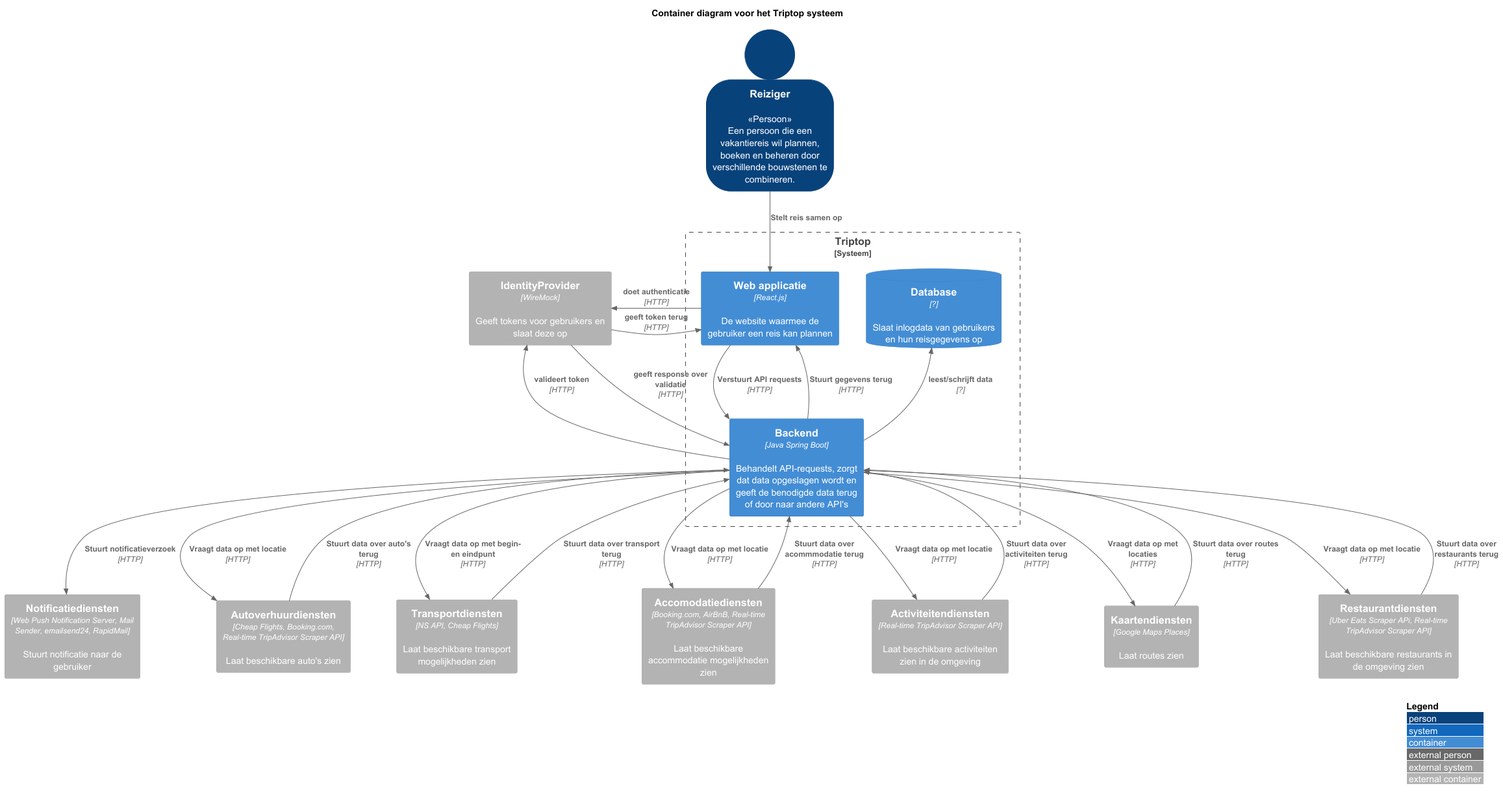
Earlier version of the PlantUML export opdracht-diagrammen/Static container diagram.png (AIM-ENE-feb25/triptop-groep-1-met-third-wheel).
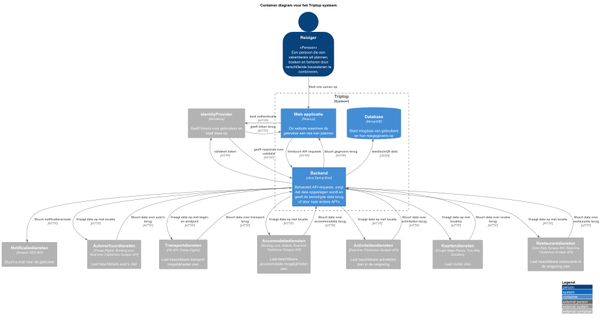
The same diagram one commit later.

Change to the diagram source:
```diff
@@ -8,7 +8,7 @@
 Person(traveler, "Reiziger", "<<Persoon>>\nEen persoon die een vakantiereis wil plannen, boeken en beheren door verschillende bouwstenen te combineren.")
 
 Boundary(system, "Triptop", "Systeem") {
-    ContainerDb(db, "Database", "?", "Slaat inlogdata van gebruikers en hun reisgegevens op")
+    ContainerDb(db, "Database", "MongoDB", "Slaat inlogdata van gebruikers en hun reisgegevens op")
     Container(frontend, "Web applicatie", "React.js", "De website waarmee de gebruiker een reis kan plannen")
     Container(backend, "Backend", "Java Spring Boot", "Behandelt API-requests, zorgt dat data opgeslagen wordt en geeft de benodigde data terug of door naar andere API's")
 }
@@ -16,14 +16,14 @@
 Rel_D(traveler, frontend, "Stelt reis samen op")
 Rel_D(frontend, backend, "Verstuurt API requests", "HTTP")
 Rel_U(backend, frontend, "Stuurt gegevens terug", "HTTP")
-Rel_U(backend, db, "leest/schrijft data", "?")
+Rel_U(backend, db, "leest/schrijft data", "JSON")
 
-Container_Ext(notification, "Notificatiediensten", "Web Push Notification Server, Mail Sender, emailsend24, RapidMail", "Stuurt notificatie naar de gebruiker")
+Container_Ext(notification, "Notificatiediensten", "Amazon SES API", "Stuurt e-mail naar de gebruiker")
 Container_Ext(autoverhuur, "Autoverhuurdiensten", "Cheap Flights, Booking.com, Real-time TripAdvisor Scraper API", "Laat beschikbare auto's zien")
 Container_Ext(transport, "Transportdiensten", "NS API, Cheap Flights", "Laat beschikbare transport mogelijkheden zien")
 Container_Ext(accommodatie, "Accomodatiediensten", "Booking.com, AirBnB, Real-time TripAdvisor Scraper API", "Laat beschikbare accommodatie mogelijkheden zien")
 Container_Ext(activiteiten, "Activiteitendiensten", "Real-time TripAdvisor Scraper API", "Laat beschikbare activiteiten zien in de omgeving")
-Container_Ext(kaarten, "Kaartendiensten", "Google Maps Places", "Laat routes zien")
+Container_Ext(kaarten, "Kaartendiensten", "Google Maps Places, True Way Direction", "Laat routes zien")
 Container_Ext(identity, "IdentityProvider", "WireMock", "Geeft tokens voor gebruikers en slaat deze op")
 Container_Ext(restaurant, "Restaurantdiensten", "Uber Eats Scraper APi, Real-time TripAdvisor Scraper API", "Laat beschikbare restaurants in de omgeving zien")
 
```
